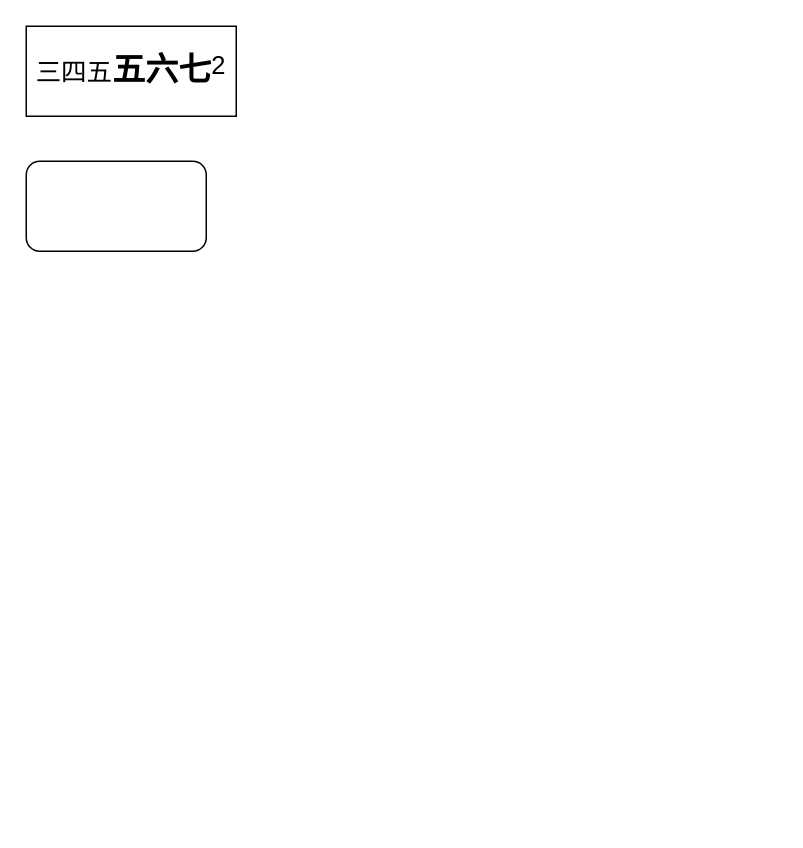
Earlier version of the draw.io diagram 20250213测试.drawio (TouyamaRie/My_pictures). Source tidied: cells renumbered, new cells numbered last; positions are measured from the earlier drawing's top-left corner, leaving out a move shared by most shapes. Both pictures are drawn from the tidied source at 150%, with x=0, y=0 at pixel (26, 26).
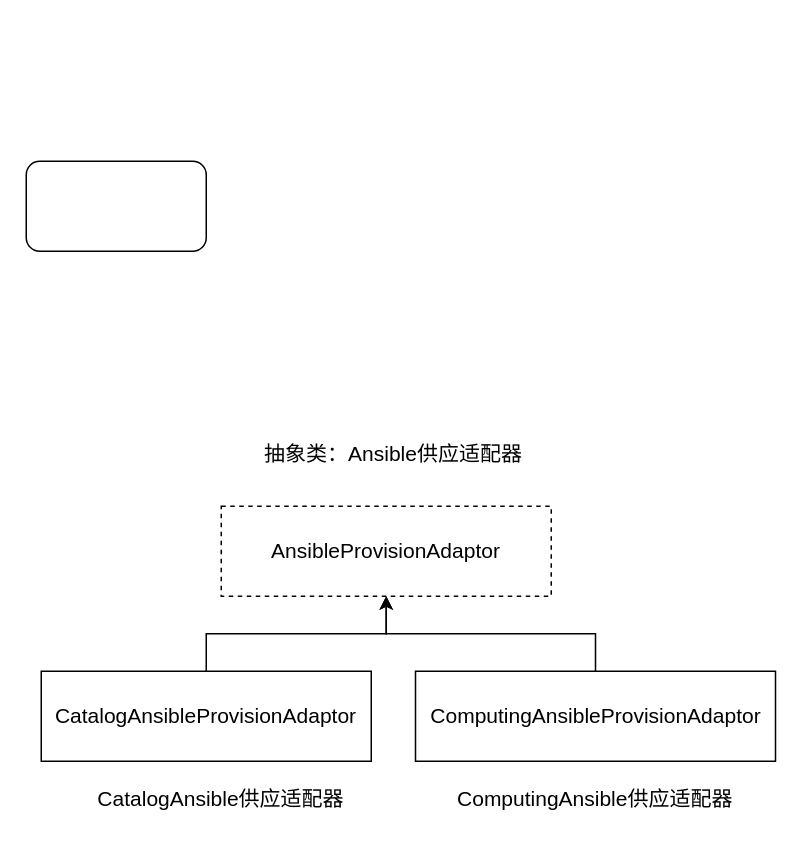
Above is the later version.

Diff of the diagram source:
```diff
@@
 <mxGraphModel>
   <root>
     <mxCell id="0" />
     <mxCell id="1" parent="0" />
-    <mxCell id="2" value="&lt;span style=&quot;font-size: 17px;&quot;&gt;三四五&lt;/span&gt;&lt;b style=&quot;&quot;&gt;&lt;font style=&quot;font-size: 22px;&quot;&gt;五六七&lt;/font&gt;&lt;/b&gt;&lt;sup style=&quot;font-size: 17px;&quot;&gt;2&lt;/sup&gt;" style="rounded=0;whiteSpace=wrap;html=1;" parent="1" vertex="1">
-      <mxGeometry width="140" height="60" as="geometry" />
-    </mxCell>
     <mxCell id="3" style="rounded=1;whiteSpace=wrap;html=1;" parent="1" vertex="1">
       <mxGeometry y="90" width="120" height="60" as="geometry" />
     </mxCell>
+    <mxCell id="4" value="AnsibleProvisionAdaptor" style="rounded=0;whiteSpace=wrap;html=1;fontSize=14;dashed=1;" parent="1" vertex="1">
+      <mxGeometry x="130" y="320" width="220" height="60" as="geometry" />
+    </mxCell>
+    <mxCell id="5" style="edgeStyle=orthogonalEdgeStyle;rounded=0;jettySize=auto;html=1;" parent="1" edge="1" source="6" target="4">
+      <mxGeometry relative="1" as="geometry" />
+    </mxCell>
+    <mxCell id="6" value="ComputingAnsibleProvisionAdaptor" style="rounded=0;whiteSpace=wrap;html=1;fontSize=14;" parent="1" vertex="1">
+      <mxGeometry x="259.5" y="430" width="240" height="60" as="geometry" />
+    </mxCell>
+    <mxCell id="7" value="&lt;span style=&quot;font-size: 14px;&quot;&gt;CatalogAnsible供应适配器&lt;/span&gt;" style="text;html=1;align=center;verticalAlign=middle;whiteSpace=wrap;rounded=0;" parent="1" vertex="1">
+      <mxGeometry x="45" y="500" width="170" height="30" as="geometry" />
+    </mxCell>
+    <mxCell id="8" value="&lt;span style=&quot;font-size: 14px;&quot;&gt;Computing&lt;/span&gt;&lt;span style=&quot;font-size: 14px;&quot;&gt;Ansible供应适配器&lt;/span&gt;" style="text;html=1;align=center;verticalAlign=middle;whiteSpace=wrap;rounded=0;" parent="1" vertex="1">
+      <mxGeometry x="279" y="500" width="201" height="30" as="geometry" />
+    </mxCell>
+    <mxCell id="9" style="edgeStyle=orthogonalEdgeStyle;rounded=0;jettySize=auto;html=1;" parent="1" edge="1" source="10" target="4">
+      <mxGeometry relative="1" as="geometry" />
+    </mxCell>
+    <mxCell id="10" value="CatalogAnsibleProvisionAdaptor" style="rounded=0;whiteSpace=wrap;html=1;fontSize=14;" parent="1" vertex="1">
+      <mxGeometry x="10" y="430" width="220" height="60" as="geometry" />
+    </mxCell>
+    <mxCell id="11" value="&lt;span style=&quot;font-size: 14px;&quot;&gt;抽象类：Ansible供应适配器&lt;/span&gt;" style="text;html=1;align=center;verticalAlign=middle;whiteSpace=wrap;rounded=0;" parent="1" vertex="1">
+      <mxGeometry x="150" y="270" width="190" height="30" as="geometry" />
+    </mxCell>
   </root>
 </mxGraphModel>
```
